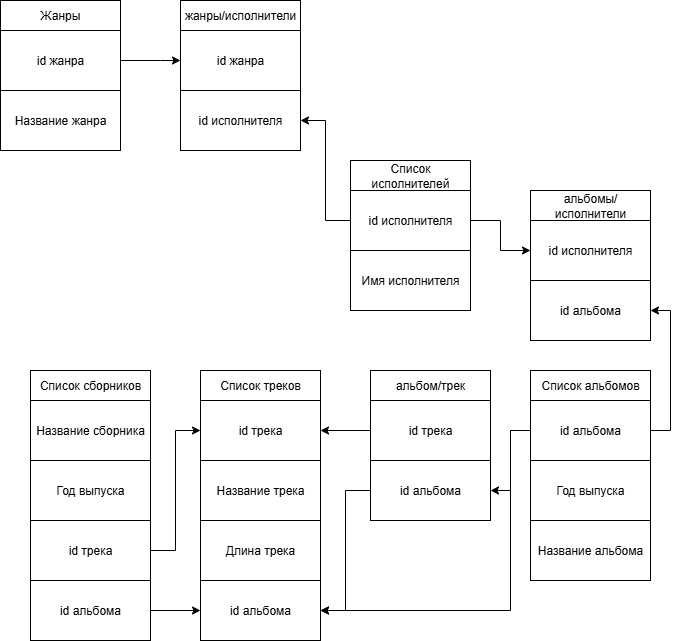
Earlier version of the draw.io export Домашнее задание 9.drawio.png (Gameunkulus/UPGRDC--Homework-9). Source tidied: cells renumbered, new cells last; positions are measured from the earlier drawing's top-left corner, leaving out a move shared by most shapes. Source of this version:
```xml
<mxGraphModel>
  <root>
    <mxCell id="0" />
    <mxCell id="1" parent="0" />
    <mxCell id="2" value="Список треков" style="rounded=0;whiteSpace=wrap;html=1;" parent="1" vertex="1">
      <mxGeometry x="200" y="370" width="120" height="30" as="geometry" />
    </mxCell>
    <mxCell id="3" value="Жанры" style="rounded=0;whiteSpace=wrap;html=1;" parent="1" vertex="1">
      <mxGeometry width="120" height="30" as="geometry" />
    </mxCell>
    <mxCell id="4" value="Список исполнителей" style="rounded=0;whiteSpace=wrap;html=1;" parent="1" vertex="1">
      <mxGeometry x="350" y="160" width="120" height="30" as="geometry" />
    </mxCell>
    <mxCell id="5" style="edgeStyle=orthogonalEdgeStyle;rounded=0;jettySize=auto;html=1;" parent="1" edge="1" source="6" target="12">
      <mxGeometry relative="1" as="geometry" />
    </mxCell>
    <mxCell id="6" value="Список альбомов" style="rounded=0;whiteSpace=wrap;html=1;" parent="1" vertex="1">
      <mxGeometry x="530" y="370" width="120" height="30" as="geometry" />
    </mxCell>
    <mxCell id="7" value="Название трека" style="rounded=0;whiteSpace=wrap;html=1;" parent="1" vertex="1">
      <mxGeometry x="200" y="460" width="120" height="60" as="geometry" />
    </mxCell>
    <mxCell id="8" value="Длина трека" style="rounded=0;whiteSpace=wrap;html=1;" parent="1" vertex="1">
      <mxGeometry x="200" y="520" width="120" height="60" as="geometry" />
    </mxCell>
    <mxCell id="9" value="id альбома" style="rounded=0;whiteSpace=wrap;html=1;" parent="1" vertex="1">
      <mxGeometry x="200" y="580" width="120" height="60" as="geometry" />
    </mxCell>
    <mxCell id="10" value="Название жанра" style="rounded=0;whiteSpace=wrap;html=1;" parent="1" vertex="1">
      <mxGeometry y="90" width="120" height="60" as="geometry" />
    </mxCell>
    <mxCell id="11" value="Имя исполнителя" style="rounded=0;whiteSpace=wrap;html=1;" parent="1" vertex="1">
      <mxGeometry x="350" y="250" width="120" height="60" as="geometry" />
    </mxCell>
    <mxCell id="12" value="Год выпуска" style="rounded=0;whiteSpace=wrap;html=1;" parent="1" vertex="1">
      <mxGeometry x="530" y="460" width="120" height="60" as="geometry" />
    </mxCell>
    <mxCell id="13" value="Название альбома" style="rounded=0;whiteSpace=wrap;html=1;" parent="1" vertex="1">
      <mxGeometry x="530" y="520" width="120" height="60" as="geometry" />
    </mxCell>
    <mxCell id="14" style="edgeStyle=orthogonalEdgeStyle;rounded=0;jettySize=auto;html=1;exitX=1;exitY=0.5;exitDx=0;exitDy=0;entryX=0;entryY=0.5;entryDx=0;entryDy=0;" parent="1" edge="1" source="15" target="16">
      <mxGeometry relative="1" as="geometry">
        <Array as="points">
          <mxPoint x="160" y="60" />
          <mxPoint x="160" y="60" />
        </Array>
      </mxGeometry>
    </mxCell>
    <mxCell id="15" value="id жанра" style="rounded=0;whiteSpace=wrap;html=1;" parent="1" vertex="1">
      <mxGeometry y="30" width="120" height="60" as="geometry" />
    </mxCell>
    <mxCell id="16" value="id жанра" style="rounded=0;whiteSpace=wrap;html=1;" parent="1" vertex="1">
      <mxGeometry x="180" y="30" width="120" height="60" as="geometry" />
    </mxCell>
    <mxCell id="17" value="id исполнителя" style="rounded=0;whiteSpace=wrap;html=1;" parent="1" vertex="1">
      <mxGeometry x="180" y="90" width="120" height="60" as="geometry" />
    </mxCell>
    <mxCell id="18" value="жанры/исполнители" style="rounded=0;whiteSpace=wrap;html=1;" parent="1" vertex="1">
      <mxGeometry x="180" width="120" height="30" as="geometry" />
    </mxCell>
    <mxCell id="19" style="edgeStyle=orthogonalEdgeStyle;rounded=0;jettySize=auto;html=1;exitX=0;exitY=0.5;exitDx=0;exitDy=0;entryX=1;entryY=0.5;entryDx=0;entryDy=0;" parent="1" edge="1" source="21" target="17">
      <mxGeometry relative="1" as="geometry" />
    </mxCell>
    <mxCell id="20" style="edgeStyle=orthogonalEdgeStyle;rounded=0;jettySize=auto;html=1;exitX=1;exitY=0.5;exitDx=0;exitDy=0;entryX=0;entryY=0.5;entryDx=0;entryDy=0;" parent="1" edge="1" source="21" target="23">
      <mxGeometry relative="1" as="geometry" />
    </mxCell>
    <mxCell id="21" value="id исполнителя" style="rounded=0;whiteSpace=wrap;html=1;" parent="1" vertex="1">
      <mxGeometry x="350" y="190" width="120" height="60" as="geometry" />
    </mxCell>
    <mxCell id="22" value="id альбома" style="rounded=0;whiteSpace=wrap;html=1;" parent="1" vertex="1">
      <mxGeometry x="530" y="280" width="120" height="60" as="geometry" />
    </mxCell>
    <mxCell id="23" value="id исполнителя" style="rounded=0;whiteSpace=wrap;html=1;" parent="1" vertex="1">
      <mxGeometry x="530" y="220" width="120" height="60" as="geometry" />
    </mxCell>
    <mxCell id="24" value="альбомы/исполнители" style="rounded=0;whiteSpace=wrap;html=1;" parent="1" vertex="1">
      <mxGeometry x="530" y="190" width="120" height="30" as="geometry" />
    </mxCell>
    <mxCell id="25" style="edgeStyle=orthogonalEdgeStyle;rounded=0;jettySize=auto;html=1;exitX=1;exitY=0.5;exitDx=0;exitDy=0;entryX=1;entryY=0.5;entryDx=0;entryDy=0;" parent="1" edge="1" source="28" target="22">
      <mxGeometry relative="1" as="geometry" />
    </mxCell>
    <mxCell id="26" style="edgeStyle=orthogonalEdgeStyle;rounded=0;jettySize=auto;html=1;exitX=0;exitY=0.5;exitDx=0;exitDy=0;entryX=1;entryY=0.5;entryDx=0;entryDy=0;" parent="1" edge="1" source="28" target="9">
      <mxGeometry relative="1" as="geometry">
        <Array as="points">
          <mxPoint x="510" y="430" />
          <mxPoint x="510" y="610" />
        </Array>
      </mxGeometry>
    </mxCell>
    <mxCell id="27" style="edgeStyle=orthogonalEdgeStyle;rounded=0;jettySize=auto;html=1;entryX=1;entryY=0.5;entryDx=0;entryDy=0;" parent="1" edge="1" source="28" target="38">
      <mxGeometry relative="1" as="geometry" />
    </mxCell>
    <mxCell id="28" value="id альбома" style="rounded=0;whiteSpace=wrap;html=1;" parent="1" vertex="1">
      <mxGeometry x="530" y="400" width="120" height="60" as="geometry" />
    </mxCell>
    <mxCell id="29" value="Список сборников" style="rounded=0;whiteSpace=wrap;html=1;" parent="1" vertex="1">
      <mxGeometry x="30" y="370" width="120" height="30" as="geometry" />
    </mxCell>
    <mxCell id="30" value="Название сборника" style="rounded=0;whiteSpace=wrap;html=1;" parent="1" vertex="1">
      <mxGeometry x="30" y="400" width="120" height="60" as="geometry" />
    </mxCell>
    <mxCell id="31" value="Год выпуска" style="rounded=0;whiteSpace=wrap;html=1;" parent="1" vertex="1">
      <mxGeometry x="30" y="460" width="120" height="60" as="geometry" />
    </mxCell>
    <mxCell id="32" style="edgeStyle=orthogonalEdgeStyle;rounded=0;jettySize=auto;html=1;exitX=1;exitY=0.5;exitDx=0;exitDy=0;entryX=0;entryY=0.5;entryDx=0;entryDy=0;" parent="1" edge="1" source="33" target="9">
      <mxGeometry relative="1" as="geometry" />
    </mxCell>
    <mxCell id="33" value="id альбома" style="rounded=0;whiteSpace=wrap;html=1;" parent="1" vertex="1">
      <mxGeometry x="30" y="580" width="120" height="60" as="geometry" />
    </mxCell>
    <mxCell id="34" value="id трека" style="rounded=0;whiteSpace=wrap;html=1;" parent="1" vertex="1">
      <mxGeometry x="200" y="400" width="120" height="60" as="geometry" />
    </mxCell>
    <mxCell id="35" style="edgeStyle=orthogonalEdgeStyle;rounded=0;jettySize=auto;html=1;exitX=0;exitY=0.5;exitDx=0;exitDy=0;entryX=1;entryY=0.5;entryDx=0;entryDy=0;" parent="1" edge="1" source="36" target="34">
      <mxGeometry relative="1" as="geometry" />
    </mxCell>
    <mxCell id="36" value="id трека" style="rounded=0;whiteSpace=wrap;html=1;" parent="1" vertex="1">
      <mxGeometry x="370" y="400" width="120" height="60" as="geometry" />
    </mxCell>
    <mxCell id="37" style="edgeStyle=orthogonalEdgeStyle;rounded=0;jettySize=auto;html=1;entryX=1;entryY=0.5;entryDx=0;entryDy=0;" parent="1" edge="1" source="38" target="9">
      <mxGeometry relative="1" as="geometry" />
    </mxCell>
    <mxCell id="38" value="id альбома" style="rounded=0;whiteSpace=wrap;html=1;" parent="1" vertex="1">
      <mxGeometry x="370" y="460" width="120" height="60" as="geometry" />
    </mxCell>
    <mxCell id="39" value="альбом/трек" style="rounded=0;whiteSpace=wrap;html=1;" parent="1" vertex="1">
      <mxGeometry x="370" y="370" width="120" height="30" as="geometry" />
    </mxCell>
    <mxCell id="40" style="edgeStyle=orthogonalEdgeStyle;rounded=0;jettySize=auto;html=1;entryX=0;entryY=0.5;entryDx=0;entryDy=0;" parent="1" edge="1" source="41" target="34">
      <mxGeometry relative="1" as="geometry" />
    </mxCell>
    <mxCell id="41" value="id трека" style="rounded=0;whiteSpace=wrap;html=1;" parent="1" vertex="1">
      <mxGeometry x="30" y="520" width="120" height="60" as="geometry" />
    </mxCell>
  </root>
</mxGraphModel>
```
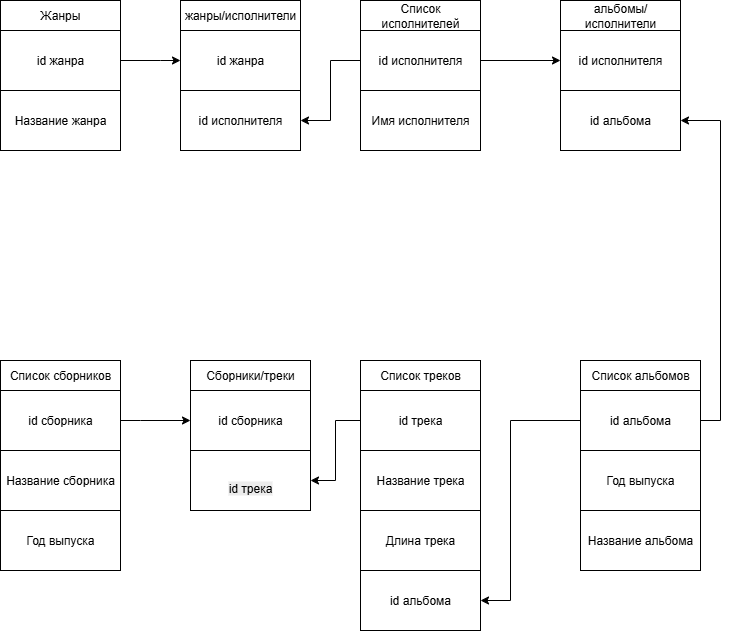
The same diagram one commit later.

Commit message:
program redacted 2

Diff of the diagram source:
```diff
@@ -3,40 +3,40 @@
     <mxCell id="0" />
     <mxCell id="1" parent="0" />
     <mxCell id="2" value="Список треков" style="rounded=0;whiteSpace=wrap;html=1;" parent="1" vertex="1">
-      <mxGeometry x="200" y="370" width="120" height="30" as="geometry" />
+      <mxGeometry x="360" y="360" width="120" height="30" as="geometry" />
     </mxCell>
     <mxCell id="3" value="Жанры" style="rounded=0;whiteSpace=wrap;html=1;" parent="1" vertex="1">
       <mxGeometry width="120" height="30" as="geometry" />
     </mxCell>
     <mxCell id="4" value="Список исполнителей" style="rounded=0;whiteSpace=wrap;html=1;" parent="1" vertex="1">
-      <mxGeometry x="350" y="160" width="120" height="30" as="geometry" />
+      <mxGeometry x="360" width="120" height="30" as="geometry" />
     </mxCell>
     <mxCell id="5" style="edgeStyle=orthogonalEdgeStyle;rounded=0;jettySize=auto;html=1;" parent="1" edge="1" source="6" target="12">
       <mxGeometry relative="1" as="geometry" />
     </mxCell>
     <mxCell id="6" value="Список альбомов" style="rounded=0;whiteSpace=wrap;html=1;" parent="1" vertex="1">
-      <mxGeometry x="530" y="370" width="120" height="30" as="geometry" />
+      <mxGeometry x="580" y="360" width="120" height="30" as="geometry" />
     </mxCell>
     <mxCell id="7" value="Название трека" style="rounded=0;whiteSpace=wrap;html=1;" parent="1" vertex="1">
-      <mxGeometry x="200" y="460" width="120" height="60" as="geometry" />
+      <mxGeometry x="360" y="450" width="120" height="60" as="geometry" />
     </mxCell>
     <mxCell id="8" value="Длина трека" style="rounded=0;whiteSpace=wrap;html=1;" parent="1" vertex="1">
-      <mxGeometry x="200" y="520" width="120" height="60" as="geometry" />
+      <mxGeometry x="360" y="510" width="120" height="60" as="geometry" />
     </mxCell>
     <mxCell id="9" value="id альбома" style="rounded=0;whiteSpace=wrap;html=1;" parent="1" vertex="1">
-      <mxGeometry x="200" y="580" width="120" height="60" as="geometry" />
+      <mxGeometry x="360" y="570" width="120" height="60" as="geometry" />
     </mxCell>
     <mxCell id="10" value="Название жанра" style="rounded=0;whiteSpace=wrap;html=1;" parent="1" vertex="1">
       <mxGeometry y="90" width="120" height="60" as="geometry" />
     </mxCell>
     <mxCell id="11" value="Имя исполнителя" style="rounded=0;whiteSpace=wrap;html=1;" parent="1" vertex="1">
-      <mxGeometry x="350" y="250" width="120" height="60" as="geometry" />
+      <mxGeometry x="360" y="90" width="120" height="60" as="geometry" />
     </mxCell>
     <mxCell id="12" value="Год выпуска" style="rounded=0;whiteSpace=wrap;html=1;" parent="1" vertex="1">
-      <mxGeometry x="530" y="460" width="120" height="60" as="geometry" />
+      <mxGeometry x="580" y="450" width="120" height="60" as="geometry" />
     </mxCell>
     <mxCell id="13" value="Название альбома" style="rounded=0;whiteSpace=wrap;html=1;" parent="1" vertex="1">
-      <mxGeometry x="530" y="520" width="120" height="60" as="geometry" />
+      <mxGeometry x="580" y="510" width="120" height="60" as="geometry" />
     </mxCell>
     <mxCell id="14" style="edgeStyle=orthogonalEdgeStyle;rounded=0;jettySize=auto;html=1;exitX=1;exitY=0.5;exitDx=0;exitDy=0;entryX=0;entryY=0.5;entryDx=0;entryDy=0;" parent="1" edge="1" source="15" target="16">
       <mxGeometry relative="1" as="geometry">
@@ -65,16 +65,16 @@
       <mxGeometry relative="1" as="geometry" />
     </mxCell>
     <mxCell id="21" value="id исполнителя" style="rounded=0;whiteSpace=wrap;html=1;" parent="1" vertex="1">
-      <mxGeometry x="350" y="190" width="120" height="60" as="geometry" />
+      <mxGeometry x="360" y="30" width="120" height="60" as="geometry" />
     </mxCell>
     <mxCell id="22" value="id альбома" style="rounded=0;whiteSpace=wrap;html=1;" parent="1" vertex="1">
-      <mxGeometry x="530" y="280" width="120" height="60" as="geometry" />
+      <mxGeometry x="560" y="90" width="120" height="60" as="geometry" />
     </mxCell>
     <mxCell id="23" value="id исполнителя" style="rounded=0;whiteSpace=wrap;html=1;" parent="1" vertex="1">
-      <mxGeometry x="530" y="220" width="120" height="60" as="geometry" />
+      <mxGeometry x="560" y="30" width="120" height="60" as="geometry" />
     </mxCell>
     <mxCell id="24" value="альбомы/исполнители" style="rounded=0;whiteSpace=wrap;html=1;" parent="1" vertex="1">
-      <mxGeometry x="530" y="190" width="120" height="30" as="geometry" />
+      <mxGeometry x="560" width="120" height="30" as="geometry" />
     </mxCell>
     <mxCell id="25" style="edgeStyle=orthogonalEdgeStyle;rounded=0;jettySize=auto;html=1;exitX=1;exitY=0.5;exitDx=0;exitDy=0;entryX=1;entryY=0.5;entryDx=0;entryDy=0;" parent="1" edge="1" source="28" target="22">
       <mxGeometry relative="1" as="geometry" />
@@ -82,55 +82,51 @@
     <mxCell id="26" style="edgeStyle=orthogonalEdgeStyle;rounded=0;jettySize=auto;html=1;exitX=0;exitY=0.5;exitDx=0;exitDy=0;entryX=1;entryY=0.5;entryDx=0;entryDy=0;" parent="1" edge="1" source="28" target="9">
       <mxGeometry relative="1" as="geometry">
         <Array as="points">
-          <mxPoint x="510" y="430" />
-          <mxPoint x="510" y="610" />
+          <mxPoint x="510" y="420" />
+          <mxPoint x="510" y="600" />
         </Array>
       </mxGeometry>
     </mxCell>
-    <mxCell id="27" style="edgeStyle=orthogonalEdgeStyle;rounded=0;jettySize=auto;html=1;entryX=1;entryY=0.5;entryDx=0;entryDy=0;" parent="1" edge="1" source="28" target="38">
-      <mxGeometry relative="1" as="geometry" />
-    </mxCell>
     <mxCell id="28" value="id альбома" style="rounded=0;whiteSpace=wrap;html=1;" parent="1" vertex="1">
-      <mxGeometry x="530" y="400" width="120" height="60" as="geometry" />
+      <mxGeometry x="580" y="390" width="120" height="60" as="geometry" />
     </mxCell>
     <mxCell id="29" value="Список сборников" style="rounded=0;whiteSpace=wrap;html=1;" parent="1" vertex="1">
-      <mxGeometry x="30" y="370" width="120" height="30" as="geometry" />
+      <mxGeometry y="360" width="120" height="30" as="geometry" />
     </mxCell>
     <mxCell id="30" value="Название сборника" style="rounded=0;whiteSpace=wrap;html=1;" parent="1" vertex="1">
-      <mxGeometry x="30" y="400" width="120" height="60" as="geometry" />
+      <mxGeometry y="450" width="120" height="60" as="geometry" />
     </mxCell>
     <mxCell id="31" value="Год выпуска" style="rounded=0;whiteSpace=wrap;html=1;" parent="1" vertex="1">
-      <mxGeometry x="30" y="460" width="120" height="60" as="geometry" />
+      <mxGeometry y="510" width="120" height="60" as="geometry" />
     </mxCell>
-    <mxCell id="32" style="edgeStyle=orthogonalEdgeStyle;rounded=0;jettySize=auto;html=1;exitX=1;exitY=0.5;exitDx=0;exitDy=0;entryX=0;entryY=0.5;entryDx=0;entryDy=0;" parent="1" edge="1" source="33" target="9">
-      <mxGeometry relative="1" as="geometry" />
-    </mxCell>
-    <mxCell id="33" value="id альбома" style="rounded=0;whiteSpace=wrap;html=1;" parent="1" vertex="1">
-      <mxGeometry x="30" y="580" width="120" height="60" as="geometry" />
-    </mxCell>
+    <mxCell id="42" style="edgeStyle=orthogonalEdgeStyle;rounded=0;jettySize=auto;html=1;exitX=0;exitY=0.5;exitDx=0;exitDy=0;entryX=1;entryY=0.5;entryDx=0;entryDy=0;" parent="1" edge="1" source="34" target="36">
+      <mxGeometry relative="1" as="geometry" />
+    </mxCell>
     <mxCell id="34" value="id трека" style="rounded=0;whiteSpace=wrap;html=1;" parent="1" vertex="1">
-      <mxGeometry x="200" y="400" width="120" height="60" as="geometry" />
+      <mxGeometry x="360" y="390" width="120" height="60" as="geometry" />
     </mxCell>
-    <mxCell id="35" style="edgeStyle=orthogonalEdgeStyle;rounded=0;jettySize=auto;html=1;exitX=0;exitY=0.5;exitDx=0;exitDy=0;entryX=1;entryY=0.5;entryDx=0;entryDy=0;" parent="1" edge="1" source="36" target="34">
-      <mxGeometry relative="1" as="geometry" />
-    </mxCell>
+    <mxCell id="43" style="edgeStyle=orthogonalEdgeStyle;rounded=0;jettySize=auto;html=1;entryX=0;entryY=0.5;entryDx=0;entryDy=0;" parent="1" edge="1" source="41" target="46">
+      <mxGeometry relative="1" as="geometry">
+        <Array as="points">
+          <mxPoint x="140" y="420" />
+          <mxPoint x="140" y="420" />
+        </Array>
+      </mxGeometry>
+    </mxCell>
+    <mxCell id="41" value="id сборника" style="rounded=0;whiteSpace=wrap;html=1;" parent="1" vertex="1">
+      <mxGeometry y="390" width="120" height="60" as="geometry" />
+    </mxCell>
+    <mxCell id="44" value="Сборники/треки" style="rounded=0;whiteSpace=wrap;html=1;" parent="1" vertex="1">
+      <mxGeometry x="190" y="360" width="120" height="30" as="geometry" />
+    </mxCell>
+    <mxCell id="45" style="edgeStyle=orthogonalEdgeStyle;rounded=0;orthogonalLoop=1;jettySize=auto;html=1;exitX=0.5;exitY=1;exitDx=0;exitDy=0;" parent="1" edge="1" source="44" target="44">
+      <mxGeometry relative="1" as="geometry" />
+    </mxCell>
+    <mxCell id="46" value="id сборника" style="rounded=0;whiteSpace=wrap;html=1;" parent="1" vertex="1">
+      <mxGeometry x="190" y="390" width="120" height="60" as="geometry" />
+    </mxCell>
-    <mxCell id="36" value="id трека" style="rounded=0;whiteSpace=wrap;html=1;" parent="1" vertex="1">
-      <mxGeometry x="370" y="400" width="120" height="60" as="geometry" />
+    <mxCell id="36" value="&lt;br&gt;&lt;span style=&quot;color: rgb(0, 0, 0); font-family: Helvetica; font-size: 12px; font-style: normal; font-variant-ligatures: normal; font-variant-caps: normal; font-weight: 400; letter-spacing: normal; orphans: 2; text-align: center; text-indent: 0px; text-transform: none; widows: 2; word-spacing: 0px; -webkit-text-stroke-width: 0px; white-space: normal; background-color: rgb(236, 236, 236); text-decoration-thickness: initial; text-decoration-style: initial; text-decoration-color: initial; float: none; display: inline !important;&quot;&gt;id трека&lt;/span&gt;" style="rounded=0;whiteSpace=wrap;html=1;" parent="1" vertex="1">
+      <mxGeometry x="190" y="450" width="120" height="60" as="geometry" />
     </mxCell>
-    <mxCell id="37" style="edgeStyle=orthogonalEdgeStyle;rounded=0;jettySize=auto;html=1;entryX=1;entryY=0.5;entryDx=0;entryDy=0;" parent="1" edge="1" source="38" target="9">
-      <mxGeometry relative="1" as="geometry" />
-    </mxCell>
-    <mxCell id="38" value="id альбома" style="rounded=0;whiteSpace=wrap;html=1;" parent="1" vertex="1">
-      <mxGeometry x="370" y="460" width="120" height="60" as="geometry" />
-    </mxCell>
-    <mxCell id="39" value="альбом/трек" style="rounded=0;whiteSpace=wrap;html=1;" parent="1" vertex="1">
-      <mxGeometry x="370" y="370" width="120" height="30" as="geometry" />
-    </mxCell>
-    <mxCell id="40" style="edgeStyle=orthogonalEdgeStyle;rounded=0;jettySize=auto;html=1;entryX=0;entryY=0.5;entryDx=0;entryDy=0;" parent="1" edge="1" source="41" target="34">
-      <mxGeometry relative="1" as="geometry" />
-    </mxCell>
-    <mxCell id="41" value="id трека" style="rounded=0;whiteSpace=wrap;html=1;" parent="1" vertex="1">
-      <mxGeometry x="30" y="520" width="120" height="60" as="geometry" />
-    </mxCell>
   </root>
 </mxGraphModel>
```
